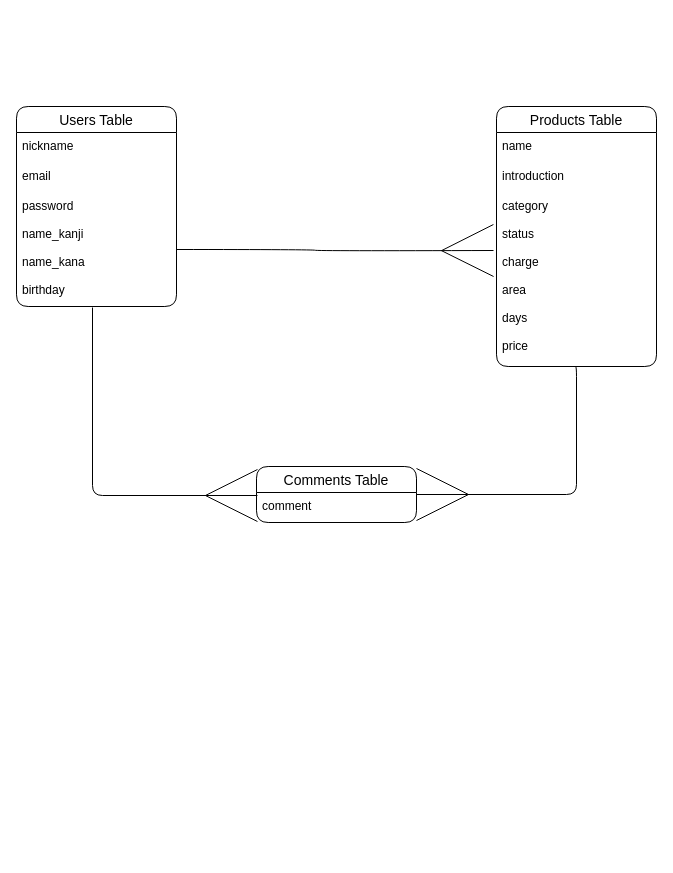
The draw.io diagram furima.dio in nishipee/furima-35493, before the edit. Source tidied: cells renumbered, new cells numbered last; positions are measured from the earlier drawing's top-left corner, leaving out a move shared by most shapes. Both pictures are drawn from the tidied source at 100%, with x=0, y=0 at pixel (16, 106).
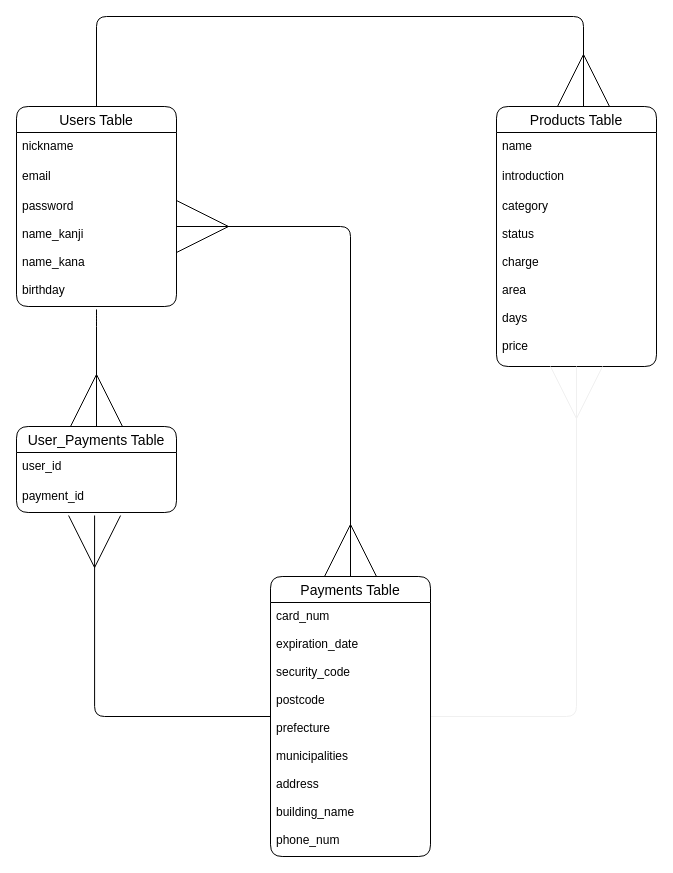
After the change.

Commit message (it also covers changes not shown here):
データベース設計-修正

Unchanged cells that the change refers to:
```xml
<mxCell id="2" value="Users Table" style="swimlane;fontStyle=0;horizontal=1;startSize=26;align=center;fontSize=14;rounded=1;" parent="1" vertex="1">
  <mxGeometry width="160" height="200" as="geometry" />
</mxCell>
<mxCell id="5" value="password&#10;&#10;name_kanji&#10;&#10;name_kana&#10;&#10;birthday" style="text;strokeColor=none;fillColor=none;spacingLeft=4;spacingRight=4;overflow=hidden;points=[[0,0.5],[1,0.5]];portConstraint=eastwest;fontSize=12;rounded=1;" parent="2" vertex="1">
  <mxGeometry y="86" width="160" height="114" as="geometry" />
</mxCell>
<mxCell id="6" value="Products Table" style="swimlane;fontStyle=0;horizontal=1;startSize=26;align=center;fontSize=14;rounded=1;" parent="1" vertex="1">
  <mxGeometry x="480" width="160" height="260" as="geometry" />
</mxCell>
<mxCell id="9" value="category&#10;&#10;status&#10;&#10;charge&#10;&#10;area&#10;&#10;days&#10;&#10;price" style="text;strokeColor=none;fillColor=none;spacingLeft=4;spacingRight=4;overflow=hidden;points=[[0,0.5],[1,0.5]];portConstraint=eastwest;fontSize=12;rounded=1;" parent="6" vertex="1">
  <mxGeometry y="86" width="160" height="174" as="geometry" />
</mxCell>
```

Diff of the diagram source:
```diff
@@
+    <mxCell id="15" style="edgeStyle=none;rounded=1;jettySize=auto;html=1;exitX=1;exitY=0.5;exitDx=0;exitDy=0;startArrow=none;startFill=0;endArrow=ERmany;endFill=0;startSize=50;sourcePerimeterSpacing=50;strokeColor=#f0f0f0;entryX=0.5;entryY=1;entryDx=0;entryDy=0;endSize=50;" parent="1" edge="1" source="10" target="6">
+      <mxGeometry relative="1" as="geometry">
+        <Array as="points">
+          <mxPoint x="560" y="610" />
+        </Array>
+      </mxGeometry>
+    </mxCell>
-    <mxCell id="10" value="Comments Table" style="swimlane;fontStyle=0;horizontal=1;startSize=26;align=center;fontSize=14;rounded=1;" parent="1" vertex="1">
-      <mxGeometry x="240" y="360" width="160" height="56" as="geometry" />
+    <mxCell id="10" value="Payments Table" style="swimlane;fontStyle=0;horizontal=1;startSize=26;align=center;fontSize=14;rounded=1;" parent="1" vertex="1">
+      <mxGeometry x="254" y="470" width="160" height="280" as="geometry" />
     </mxCell>
-    <mxCell id="11" value="comment" style="text;strokeColor=none;fillColor=none;spacingLeft=4;spacingRight=4;overflow=hidden;points=[[0,0.5],[1,0.5]];portConstraint=eastwest;fontSize=12;rounded=1;" parent="10" vertex="1">
-      <mxGeometry y="26" width="160" height="30" as="geometry" />
+    <mxCell id="11" value="card_num&#10;&#10;expiration_date&#10;&#10;security_code&#10;&#10;postcode&#10;&#10;prefecture&#10;&#10;municipalities&#10;&#10;address&#10;&#10;building_name&#10;&#10;phone_num" style="text;strokeColor=none;fillColor=none;spacingLeft=4;spacingRight=4;overflow=hidden;points=[[0,0.5],[1,0.5]];portConstraint=eastwest;fontSize=12;rounded=1;" parent="10" vertex="1">
+      <mxGeometry y="26" width="160" height="254" as="geometry" />
     </mxCell>
-    <mxCell id="12" style="edgeStyle=orthogonalEdgeStyle;jettySize=auto;html=1;exitX=1;exitY=0.5;exitDx=0;exitDy=0;curved=1;endArrow=ERmany;endFill=0;strokeWidth=1;endSize=50;" parent="1" edge="1" source="5">
+    <mxCell id="12" style="edgeStyle=orthogonalEdgeStyle;jettySize=auto;html=1;endArrow=ERmany;endFill=0;strokeWidth=1;endSize=50;exitX=0.5;exitY=0;exitDx=0;exitDy=0;" parent="1" edge="1" source="2">
       <mxGeometry relative="1" as="geometry">
-        <mxPoint x="477" y="144" as="targetPoint" />
+        <mxPoint x="567" as="targetPoint" />
+        <Array as="points">
+          <mxPoint x="80" y="-90" />
+          <mxPoint x="567" y="-90" />
+        </Array>
       </mxGeometry>
     </mxCell>
-    <mxCell id="13" style="edgeStyle=orthogonalEdgeStyle;jettySize=auto;html=1;exitX=0.475;exitY=1.009;exitDx=0;exitDy=0;endArrow=ERmany;endFill=0;strokeWidth=1;endSize=50;exitPerimeter=0;entryX=0.006;entryY=0.1;entryDx=0;entryDy=0;entryPerimeter=0;rounded=1;" parent="1" edge="1" source="5" target="11">
-      <mxGeometry relative="1" as="geometry" />
+    <mxCell id="13" style="edgeStyle=orthogonalEdgeStyle;jettySize=auto;html=1;endArrow=ERmany;endFill=0;strokeWidth=1;endSize=50;entryX=0.5;entryY=0;entryDx=0;entryDy=0;startSize=50;sourcePerimeterSpacing=50;startArrow=ERmany;startFill=0;" parent="1" edge="1" target="10">
+      <mxGeometry relative="1" as="geometry">
+        <mxPoint x="160" y="120" as="sourcePoint" />
+        <Array as="points">
+          <mxPoint x="334" y="120" />
+        </Array>
+      </mxGeometry>
     </mxCell>
-    <mxCell id="14" style="edgeStyle=orthogonalEdgeStyle;jettySize=auto;html=1;endArrow=ERmany;endFill=0;strokeWidth=1;endSize=50;entryX=1;entryY=0.5;entryDx=0;entryDy=0;rounded=1;exitX=0.488;exitY=1;exitDx=0;exitDy=0;exitPerimeter=0;" parent="1" edge="1" source="9" target="10">
-      <mxGeometry relative="1" as="geometry">
-        <Array as="points">
-          <mxPoint x="560" y="260" />
-          <mxPoint x="560" y="388" />
-        </Array>
-      </mxGeometry>
-    </mxCell>
+    <mxCell id="16" value="User_Payments Table" style="swimlane;fontStyle=0;horizontal=1;startSize=26;align=center;fontSize=14;rounded=1;" parent="1" vertex="1">
+      <mxGeometry y="320" width="160" height="86" as="geometry" />
+    </mxCell>
+    <mxCell id="17" value="user_id" style="text;strokeColor=none;fillColor=none;spacingLeft=4;spacingRight=4;overflow=hidden;fontSize=12;rounded=1;" parent="16" vertex="1">
+      <mxGeometry y="26" width="160" height="30" as="geometry" />
+    </mxCell>
+    <mxCell id="18" value="payment_id" style="text;strokeColor=none;fillColor=none;spacingLeft=4;spacingRight=4;overflow=hidden;points=[[0,0.5],[1,0.5]];portConstraint=eastwest;fontSize=12;rounded=1;" parent="16" vertex="1">
+      <mxGeometry y="56" width="160" height="30" as="geometry" />
+    </mxCell>
+    <mxCell id="19" style="edgeStyle=orthogonalEdgeStyle;jettySize=auto;html=1;endArrow=ERmany;endFill=0;strokeWidth=1;endSize=50;exitX=0.5;exitY=1.026;exitDx=0;exitDy=0;exitPerimeter=0;" parent="1" edge="1" source="5" target="16">
+      <mxGeometry relative="1" as="geometry">
+        <Array as="points">
+          <mxPoint x="80" y="210" />
+          <mxPoint x="80" y="210" />
+        </Array>
+      </mxGeometry>
+    </mxCell>
+    <mxCell id="20" style="edgeStyle=orthogonalEdgeStyle;jettySize=auto;html=1;endArrow=ERmany;endFill=0;strokeWidth=1;endSize=50;entryX=0.488;entryY=1.1;entryDx=0;entryDy=0;exitX=0;exitY=0.5;exitDx=0;exitDy=0;entryPerimeter=0;" parent="1" edge="1" source="10" target="18">
+      <mxGeometry relative="1" as="geometry">
+        <Array as="points">
+          <mxPoint x="78" y="610" />
+        </Array>
+      </mxGeometry>
+    </mxCell>
```
